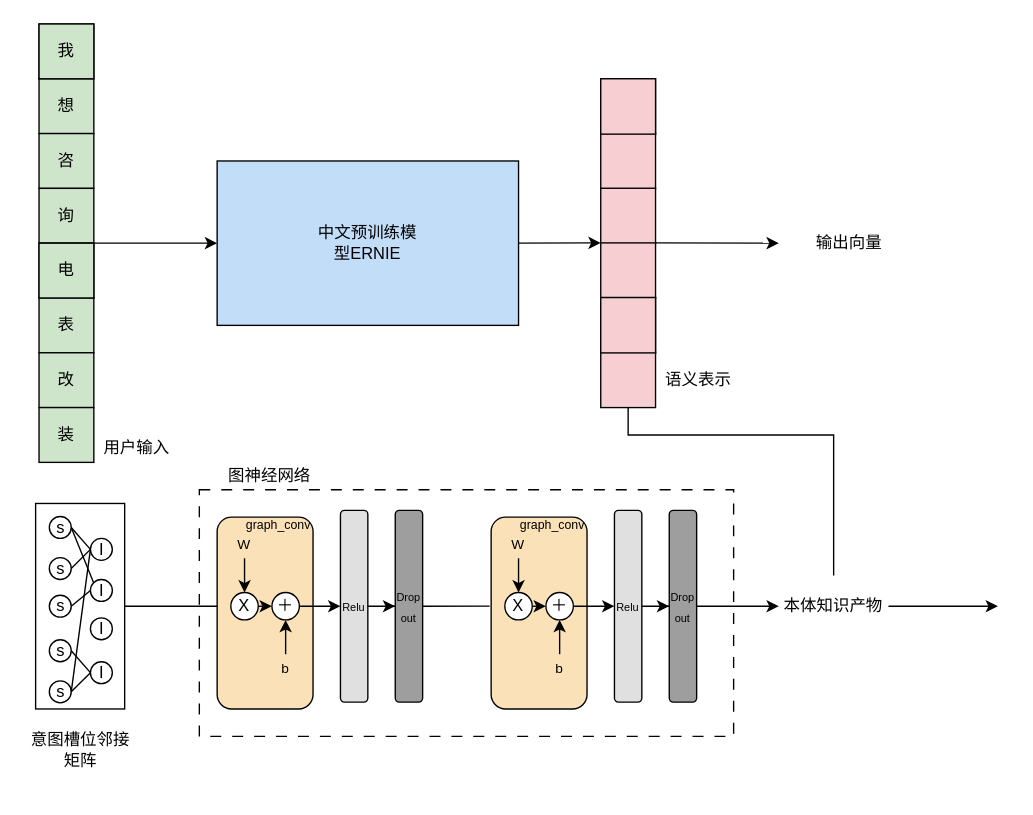
Earlier version of the draw.io diagram Draw.io/安全知识图谱/4-2 显式关系编码模块整体流程图.drawio (Arete-FFF/PicGo). Source tidied: cells renumbered, new cells numbered last; positions are measured from the earlier drawing's top-left corner, leaving out a move shared by most shapes. Both pictures are drawn from the tidied source at 137%, with x=0, y=0 at pixel (22, 23).
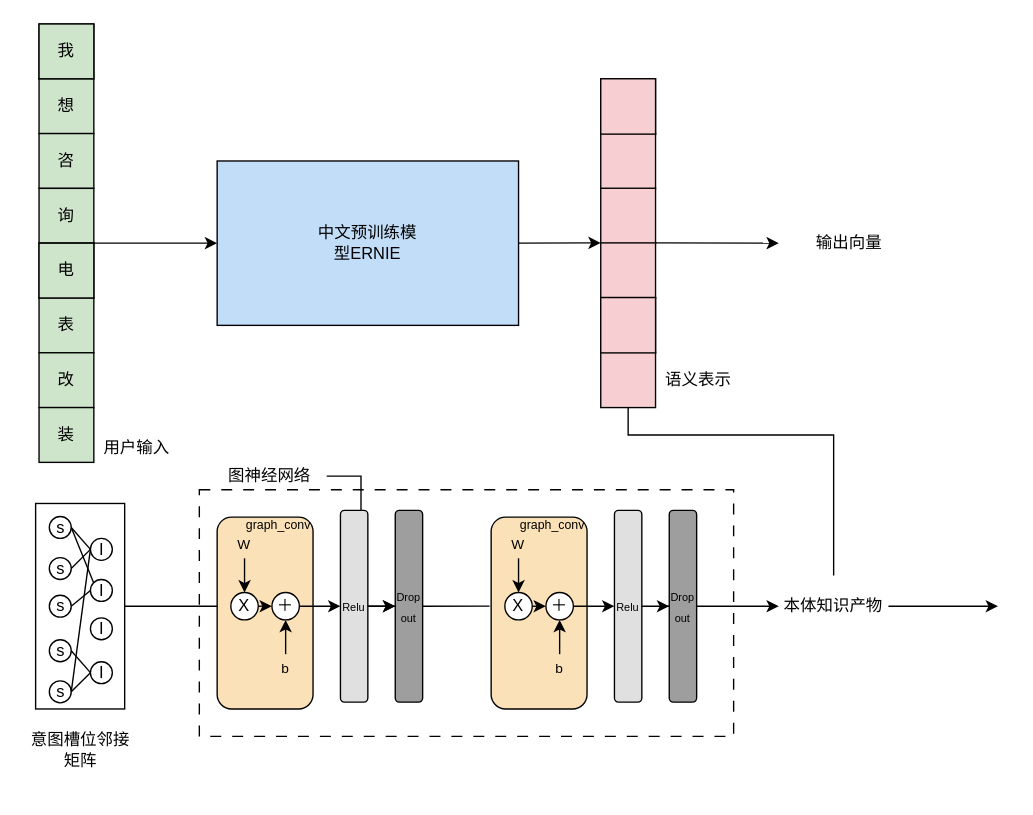
After the change.

Commit message (it also covers changes not shown here):
更新4-2 显式关系编码模块整体流程图.drawio

Unchanged cells that the change refers to:
```xml
<mxCell id="53" value="图神经网络" style="rounded=0;whiteSpace=wrap;html=1;strokeColor=none;fillColor=none;" parent="1" vertex="1">
  <mxGeometry x="139" y="300" width="83" height="60" as="geometry" />
</mxCell>
<mxCell id="58" value="&lt;font style=&quot;font-size: 8px;&quot;&gt;Drop&lt;br&gt;out&lt;/font&gt;" style="rounded=1;whiteSpace=wrap;html=1;fillColor=#9E9E9E;" parent="55" vertex="1">
  <mxGeometry x="130" y="5" width="20" height="140" as="geometry" />
</mxCell>
```

The edit, as a diff of the source:
```diff
@@
+    <mxCell id="84" style="edgeStyle=orthogonalEdgeStyle;rounded=0;jettySize=auto;html=1;" parent="1" edge="1" source="53" target="58">
+      <mxGeometry relative="1" as="geometry" />
+    </mxCell>
```
